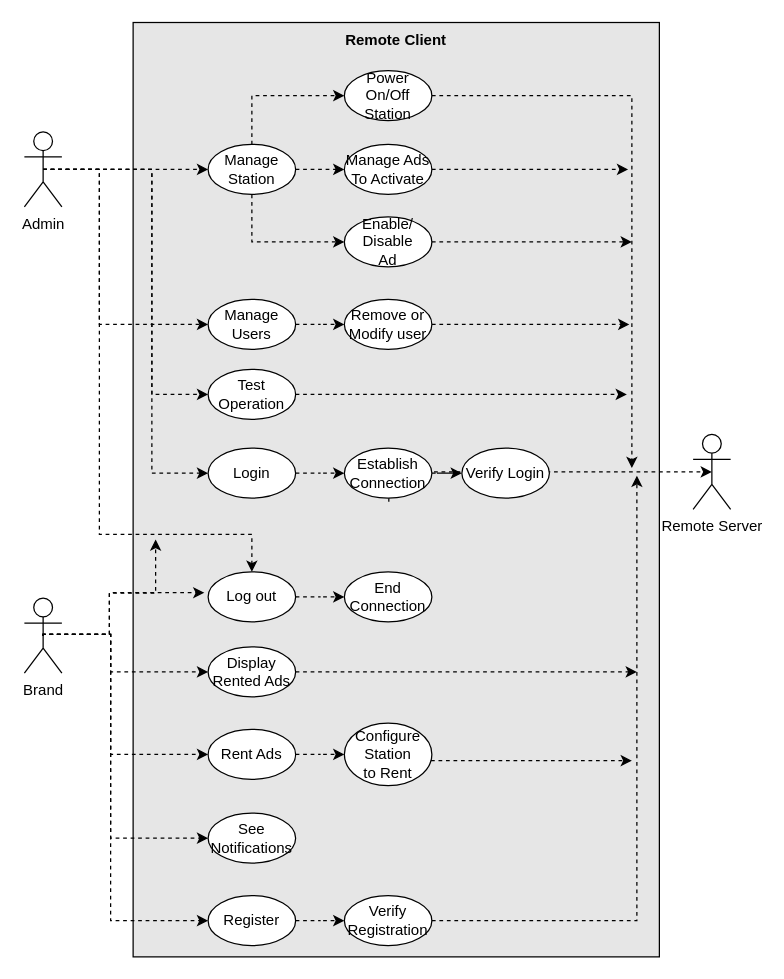
ElectroQuanta/MDO keeps this draw.io diagram as page "UseCases-rc" (3 of 5) of Proj/diags/MDO-Analysis.drawio. Above is the earlier version. Source tidied: cells renumbered, new cells numbered last; positions are measured from the earlier drawing's top-left corner, leaving out a move shared by most shapes. Both pictures are drawn from the tidied source at 125%, with x=0, y=0 at pixel (24, 21).
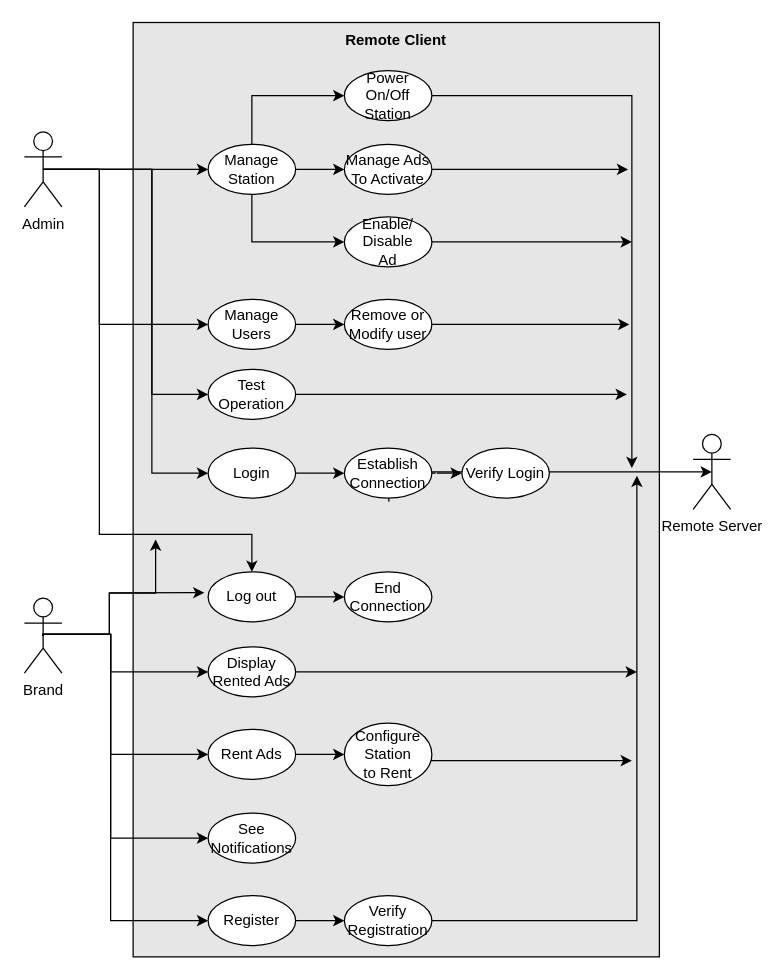
The same diagram, later.

Commit message (it also covers changes not shown here):
ADD: Use cases remote server

The change refers to these unchanged cells:
```xml
<mxCell id="3" value="End&lt;br&gt;Connection" style="ellipse;whiteSpace=wrap;html=1;fillColor=default;verticalAlign=middle;" parent="1" vertex="1">
  <mxGeometry x="256" y="440" width="70" height="40" as="geometry" />
</mxCell>
<mxCell id="9" value="Admin" style="shape=umlActor;verticalLabelPosition=bottom;verticalAlign=top;html=1;outlineConnect=0;fillColor=none;" parent="1" vertex="1">
  <mxGeometry y="88" width="30" height="60" as="geometry" />
</mxCell>
<mxCell id="12" value="Manage Station" style="ellipse;whiteSpace=wrap;html=1;fillColor=default;verticalAlign=middle;" parent="1" vertex="1">
  <mxGeometry x="147" y="98" width="70" height="40" as="geometry" />
</mxCell>
<mxCell id="14" value="Power On/Off Station" style="ellipse;whiteSpace=wrap;html=1;fillColor=default;verticalAlign=middle;" parent="1" vertex="1">
  <mxGeometry x="256" y="39" width="70" height="40" as="geometry" />
</mxCell>
<mxCell id="16" value="Manage Ads To Activate" style="ellipse;whiteSpace=wrap;html=1;fillColor=default;verticalAlign=middle;" parent="1" vertex="1">
  <mxGeometry x="256" y="98" width="70" height="40" as="geometry" />
</mxCell>
<mxCell id="18" value="Enable/&lt;br&gt;Disable&lt;br&gt;Ad" style="ellipse;whiteSpace=wrap;html=1;fillColor=default;verticalAlign=middle;" parent="1" vertex="1">
  <mxGeometry x="256" y="156" width="70" height="40" as="geometry" />
</mxCell>
<mxCell id="21" value="Log out" style="ellipse;whiteSpace=wrap;html=1;fillColor=default;verticalAlign=middle;" parent="1" vertex="1">
  <mxGeometry x="147" y="440" width="70" height="40" as="geometry" />
</mxCell>
<mxCell id="28" value="Brand" style="shape=umlActor;verticalLabelPosition=bottom;verticalAlign=top;html=1;outlineConnect=0;fillColor=none;" parent="1" vertex="1">
  <mxGeometry y="461" width="30" height="60" as="geometry" />
</mxCell>
<mxCell id="30" value="Rent Ads" style="ellipse;whiteSpace=wrap;html=1;fillColor=default;verticalAlign=middle;" parent="1" vertex="1">
  <mxGeometry x="147" y="566" width="70" height="40" as="geometry" />
</mxCell>
<mxCell id="31" value="Display Rented Ads" style="ellipse;whiteSpace=wrap;html=1;fillColor=default;verticalAlign=middle;" parent="1" vertex="1">
  <mxGeometry x="147" y="500" width="70" height="40" as="geometry" />
</mxCell>
<mxCell id="33" value="Configure Station&lt;br&gt;to Rent" style="ellipse;whiteSpace=wrap;html=1;fillColor=default;verticalAlign=middle;" parent="1" vertex="1">
  <mxGeometry x="256" y="561" width="70" height="50" as="geometry" />
</mxCell>
<mxCell id="34" value="See Notifications" style="ellipse;whiteSpace=wrap;html=1;fillColor=default;verticalAlign=middle;" parent="1" vertex="1">
  <mxGeometry x="147" y="633" width="70" height="40" as="geometry" />
</mxCell>
<mxCell id="36" value="Manage Users" style="ellipse;whiteSpace=wrap;html=1;fillColor=default;verticalAlign=middle;" parent="1" vertex="1">
  <mxGeometry x="147" y="222" width="70" height="40" as="geometry" />
</mxCell>
<mxCell id="38" value="Remove or Modify user" style="ellipse;whiteSpace=wrap;html=1;fillColor=default;verticalAlign=middle;" parent="1" vertex="1">
  <mxGeometry x="256" y="222" width="70" height="40" as="geometry" />
</mxCell>
<mxCell id="39" value="Remote Server" style="shape=umlActor;verticalLabelPosition=bottom;verticalAlign=top;html=1;outlineConnect=0;fillColor=none;" parent="1" vertex="1">
  <mxGeometry x="535" y="330" width="30" height="60" as="geometry" />
</mxCell>
<mxCell id="41" value="Login" style="ellipse;whiteSpace=wrap;html=1;fillColor=default;verticalAlign=middle;" parent="1" vertex="1">
  <mxGeometry x="147" y="341" width="70" height="40" as="geometry" />
</mxCell>
<mxCell id="44" value="Establish &lt;br&gt;Connection" style="ellipse;whiteSpace=wrap;html=1;fillColor=default;verticalAlign=middle;" parent="1" vertex="1">
  <mxGeometry x="256" y="341" width="70" height="40" as="geometry" />
</mxCell>
<mxCell id="47" value="Register" style="ellipse;whiteSpace=wrap;html=1;fillColor=default;verticalAlign=middle;" parent="1" vertex="1">
  <mxGeometry x="147" y="699" width="70" height="40" as="geometry" />
</mxCell>
<mxCell id="50" value="Verify Registration" style="ellipse;whiteSpace=wrap;html=1;fillColor=default;verticalAlign=middle;" parent="1" vertex="1">
  <mxGeometry x="256" y="699" width="70" height="40" as="geometry" />
</mxCell>
<mxCell id="51" value="Test Operation" style="ellipse;whiteSpace=wrap;html=1;fillColor=default;verticalAlign=middle;" parent="1" vertex="1">
  <mxGeometry x="147" y="278" width="70" height="40" as="geometry" />
</mxCell>
```

Diff of the diagram source:
```diff
@@
-    <mxCell id="4" style="edgeStyle=orthogonalEdgeStyle;rounded=0;jettySize=auto;html=1;exitX=0.5;exitY=0.5;exitDx=0;exitDy=0;exitPerimeter=0;dashed=1;entryX=0;entryY=0.5;entryDx=0;entryDy=0;" parent="1" edge="1" source="9" target="41">
+    <mxCell id="4" style="edgeStyle=orthogonalEdgeStyle;rounded=0;jettySize=auto;html=1;exitX=0.5;exitY=0.5;exitDx=0;exitDy=0;exitPerimeter=0;entryX=0;entryY=0.5;entryDx=0;entryDy=0;" parent="1" edge="1" source="9" target="41">
       <mxGeometry relative="1" as="geometry">
         <Array as="points">
           <mxPoint x="102" y="118" />
           <mxPoint x="102" y="361" />
         </Array>
       </mxGeometry>
     </mxCell>
-    <mxCell id="5" style="edgeStyle=orthogonalEdgeStyle;rounded=0;jettySize=auto;html=1;exitX=0.5;exitY=0.5;exitDx=0;exitDy=0;exitPerimeter=0;dashed=1;entryX=0;entryY=0.5;entryDx=0;entryDy=0;" parent="1" edge="1" source="9" target="12">
+    <mxCell id="5" style="edgeStyle=orthogonalEdgeStyle;rounded=0;jettySize=auto;html=1;exitX=0.5;exitY=0.5;exitDx=0;exitDy=0;exitPerimeter=0;entryX=0;entryY=0.5;entryDx=0;entryDy=0;" parent="1" edge="1" source="9" target="12">
       <mxGeometry relative="1" as="geometry">
         <Array as="points">
           <mxPoint x="127" y="118" />
         </Array>
       </mxGeometry>
     </mxCell>
-    <mxCell id="6" style="edgeStyle=orthogonalEdgeStyle;rounded=0;jettySize=auto;html=1;entryX=0;entryY=0.5;entryDx=0;entryDy=0;dashed=1;exitX=0.5;exitY=1;exitDx=0;exitDy=0;" parent="1" edge="1" source="12" target="18">
+    <mxCell id="6" style="edgeStyle=orthogonalEdgeStyle;rounded=0;jettySize=auto;html=1;entryX=0;entryY=0.5;entryDx=0;entryDy=0;exitX=0.5;exitY=1;exitDx=0;exitDy=0;" parent="1" edge="1" source="12" target="18">
       <mxGeometry relative="1" as="geometry">
         <Array as="points">
           <mxPoint x="182" y="176" />
         </Array>
       </mxGeometry>
     </mxCell>
-    <mxCell id="7" style="edgeStyle=orthogonalEdgeStyle;rounded=0;jettySize=auto;html=1;exitX=0.5;exitY=0.5;exitDx=0;exitDy=0;exitPerimeter=0;entryX=0;entryY=0.5;entryDx=0;entryDy=0;dashed=1;" parent="1" edge="1" source="9" target="36">
+    <mxCell id="7" style="edgeStyle=orthogonalEdgeStyle;rounded=0;jettySize=auto;html=1;exitX=0.5;exitY=0.5;exitDx=0;exitDy=0;exitPerimeter=0;entryX=0;entryY=0.5;entryDx=0;entryDy=0;" parent="1" edge="1" source="9" target="36">
       <mxGeometry relative="1" as="geometry">
         <Array as="points">
           <mxPoint x="60" y="118" />
           <mxPoint x="60" y="242" />
         </Array>
       </mxGeometry>
     </mxCell>
-    <mxCell id="8" style="edgeStyle=orthogonalEdgeStyle;rounded=0;jettySize=auto;html=1;exitX=0.5;exitY=0.5;exitDx=0;exitDy=0;exitPerimeter=0;dashed=1;entryX=0.5;entryY=0;entryDx=0;entryDy=0;" parent="1" edge="1" source="9" target="21">
+    <mxCell id="8" style="edgeStyle=orthogonalEdgeStyle;rounded=0;jettySize=auto;html=1;exitX=0.5;exitY=0.5;exitDx=0;exitDy=0;exitPerimeter=0;entryX=0.5;entryY=0;entryDx=0;entryDy=0;" parent="1" edge="1" source="9" target="21">
       <mxGeometry relative="1" as="geometry">
         <Array as="points">
           <mxPoint x="60" y="118" />
           <mxPoint x="60" y="410" />
           <mxPoint x="182" y="410" />
         </Array>
       </mxGeometry>
     </mxCell>
@@
-    <mxCell id="10" style="edgeStyle=orthogonalEdgeStyle;rounded=0;jettySize=auto;html=1;dashed=1;exitX=0.5;exitY=0;exitDx=0;exitDy=0;entryX=0;entryY=0.5;entryDx=0;entryDy=0;" parent="1" edge="1" source="12" target="14">
+    <mxCell id="10" style="edgeStyle=orthogonalEdgeStyle;rounded=0;jettySize=auto;html=1;exitX=0.5;exitY=0;exitDx=0;exitDy=0;entryX=0;entryY=0.5;entryDx=0;entryDy=0;" parent="1" edge="1" source="12" target="14">
       <mxGeometry relative="1" as="geometry">
         <Array as="points">
           <mxPoint x="182" y="59" />
         </Array>
       </mxGeometry>
     </mxCell>
-    <mxCell id="11" style="edgeStyle=orthogonalEdgeStyle;rounded=0;jettySize=auto;html=1;entryX=0;entryY=0.5;entryDx=0;entryDy=0;dashed=1;exitX=1;exitY=0.5;exitDx=0;exitDy=0;" parent="1" edge="1" source="12" target="16">
+    <mxCell id="11" style="edgeStyle=orthogonalEdgeStyle;rounded=0;jettySize=auto;html=1;entryX=0;entryY=0.5;entryDx=0;entryDy=0;exitX=1;exitY=0.5;exitDx=0;exitDy=0;" parent="1" edge="1" source="12" target="16">
       <mxGeometry relative="1" as="geometry" />
     </mxCell>
@@
-    <mxCell id="13" style="edgeStyle=orthogonalEdgeStyle;rounded=0;jettySize=auto;html=1;dashed=1;fontSize=9;" parent="1" edge="1" source="14">
+    <mxCell id="13" style="edgeStyle=orthogonalEdgeStyle;rounded=0;jettySize=auto;html=1;fontSize=9;" parent="1" edge="1" source="14">
       <mxGeometry relative="1" as="geometry">
         <mxPoint x="486" y="357" as="targetPoint" />
         <Array as="points">
           <mxPoint x="486" y="98" />
           <mxPoint x="486" y="373" />
         </Array>
       </mxGeometry>
     </mxCell>
@@
-    <mxCell id="15" style="edgeStyle=orthogonalEdgeStyle;rounded=0;jettySize=auto;html=1;dashed=1;" parent="1" edge="1" source="16">
+    <mxCell id="15" style="edgeStyle=orthogonalEdgeStyle;rounded=0;jettySize=auto;html=1;" parent="1" edge="1" source="16">
       <mxGeometry relative="1" as="geometry">
         <mxPoint x="483" y="118" as="targetPoint" />
         <Array as="points">
           <mxPoint x="483" y="118" />
         </Array>
       </mxGeometry>
     </mxCell>
@@
-    <mxCell id="17" style="edgeStyle=orthogonalEdgeStyle;rounded=0;jettySize=auto;html=1;dashed=1;fontSize=9;" parent="1" edge="1" source="18">
+    <mxCell id="17" style="edgeStyle=orthogonalEdgeStyle;rounded=0;jettySize=auto;html=1;fontSize=9;" parent="1" edge="1" source="18">
       <mxGeometry relative="1" as="geometry">
         <mxPoint x="486" y="176" as="targetPoint" />
         <Array as="points">
           <mxPoint x="473" y="176" />
           <mxPoint x="473" y="176" />
         </Array>
       </mxGeometry>
     </mxCell>
@@
-    <mxCell id="20" style="edgeStyle=orthogonalEdgeStyle;rounded=0;jettySize=auto;html=1;dashed=1;fontSize=9;" parent="1" edge="1" source="21" target="3">
+    <mxCell id="20" style="edgeStyle=orthogonalEdgeStyle;rounded=0;jettySize=auto;html=1;fontSize=9;" parent="1" edge="1" source="21" target="3">
       <mxGeometry relative="1" as="geometry" />
     </mxCell>
@@
-    <mxCell id="22" style="edgeStyle=orthogonalEdgeStyle;rounded=0;jettySize=auto;html=1;exitX=0.5;exitY=0.5;exitDx=0;exitDy=0;exitPerimeter=0;dashed=1;" parent="1" edge="1" source="28">
+    <mxCell id="22" style="edgeStyle=orthogonalEdgeStyle;rounded=0;jettySize=auto;html=1;exitX=0.5;exitY=0.5;exitDx=0;exitDy=0;exitPerimeter=0;" parent="1" edge="1" source="28">
       <mxGeometry relative="1" as="geometry">
         <mxPoint x="105" y="414" as="targetPoint" />
         <Array as="points">
           <mxPoint x="68" y="490" />
           <mxPoint x="68" y="457" />
           <mxPoint x="105" y="457" />
         </Array>
       </mxGeometry>
     </mxCell>
-    <mxCell id="23" style="edgeStyle=orthogonalEdgeStyle;rounded=0;jettySize=auto;html=1;exitX=0.5;exitY=0.5;exitDx=0;exitDy=0;exitPerimeter=0;entryX=0;entryY=0.5;entryDx=0;entryDy=0;dashed=1;" parent="1" edge="1" source="28" target="31">
+    <mxCell id="23" style="edgeStyle=orthogonalEdgeStyle;rounded=0;jettySize=auto;html=1;exitX=0.5;exitY=0.5;exitDx=0;exitDy=0;exitPerimeter=0;entryX=0;entryY=0.5;entryDx=0;entryDy=0;" parent="1" edge="1" source="28" target="31">
       <mxGeometry relative="1" as="geometry">
         <Array as="points">
           <mxPoint x="69" y="490" />
           <mxPoint x="69" y="520" />
         </Array>
       </mxGeometry>
     </mxCell>
-    <mxCell id="24" style="edgeStyle=orthogonalEdgeStyle;rounded=0;jettySize=auto;html=1;exitX=0.5;exitY=0.5;exitDx=0;exitDy=0;exitPerimeter=0;entryX=0;entryY=0.5;entryDx=0;entryDy=0;dashed=1;" parent="1" edge="1" source="28" target="30">
+    <mxCell id="24" style="edgeStyle=orthogonalEdgeStyle;rounded=0;jettySize=auto;html=1;exitX=0.5;exitY=0.5;exitDx=0;exitDy=0;exitPerimeter=0;entryX=0;entryY=0.5;entryDx=0;entryDy=0;" parent="1" edge="1" source="28" target="30">
       <mxGeometry relative="1" as="geometry">
         <Array as="points">
           <mxPoint x="69" y="490" />
           <mxPoint x="69" y="586" />
         </Array>
       </mxGeometry>
     </mxCell>
-    <mxCell id="25" style="edgeStyle=orthogonalEdgeStyle;rounded=0;jettySize=auto;html=1;exitX=0.5;exitY=0.5;exitDx=0;exitDy=0;exitPerimeter=0;entryX=0;entryY=0.5;entryDx=0;entryDy=0;dashed=1;" parent="1" edge="1" source="28" target="34">
+    <mxCell id="25" style="edgeStyle=orthogonalEdgeStyle;rounded=0;jettySize=auto;html=1;exitX=0.5;exitY=0.5;exitDx=0;exitDy=0;exitPerimeter=0;entryX=0;entryY=0.5;entryDx=0;entryDy=0;" parent="1" edge="1" source="28" target="34">
       <mxGeometry relative="1" as="geometry">
         <Array as="points">
           <mxPoint x="69" y="490" />
           <mxPoint x="69" y="653" />
         </Array>
       </mxGeometry>
     </mxCell>
-    <mxCell id="26" style="edgeStyle=orthogonalEdgeStyle;rounded=0;jettySize=auto;html=1;exitX=0.5;exitY=0.5;exitDx=0;exitDy=0;exitPerimeter=0;entryX=-0.043;entryY=0.417;entryDx=0;entryDy=0;dashed=1;entryPerimeter=0;" parent="1" edge="1" source="28" target="21">
+    <mxCell id="26" style="edgeStyle=orthogonalEdgeStyle;rounded=0;jettySize=auto;html=1;exitX=0.5;exitY=0.5;exitDx=0;exitDy=0;exitPerimeter=0;entryX=-0.043;entryY=0.417;entryDx=0;entryDy=0;entryPerimeter=0;" parent="1" edge="1" source="28" target="21">
       <mxGeometry relative="1" as="geometry">
         <Array as="points">
           <mxPoint x="68" y="490" />
           <mxPoint x="68" y="457" />
         </Array>
       </mxGeometry>
     </mxCell>
-    <mxCell id="27" style="edgeStyle=orthogonalEdgeStyle;rounded=0;jettySize=auto;html=1;exitX=0.5;exitY=0.5;exitDx=0;exitDy=0;exitPerimeter=0;entryX=0;entryY=0.5;entryDx=0;entryDy=0;dashed=1;" parent="1" edge="1" source="28" target="47">
+    <mxCell id="27" style="edgeStyle=orthogonalEdgeStyle;rounded=0;jettySize=auto;html=1;exitX=0.5;exitY=0.5;exitDx=0;exitDy=0;exitPerimeter=0;entryX=0;entryY=0.5;entryDx=0;entryDy=0;" parent="1" edge="1" source="28" target="47">
       <mxGeometry relative="1" as="geometry">
         <Array as="points">
           <mxPoint x="69" y="490" />
           <mxPoint x="69" y="719" />
         </Array>
       </mxGeometry>
     </mxCell>
@@
-    <mxCell id="29" style="edgeStyle=orthogonalEdgeStyle;rounded=0;jettySize=auto;html=1;dashed=1;" parent="1" edge="1" source="30" target="33">
+    <mxCell id="29" style="edgeStyle=orthogonalEdgeStyle;rounded=0;jettySize=auto;html=1;" parent="1" edge="1" source="30" target="33">
       <mxGeometry relative="1" as="geometry" />
     </mxCell>
@@
-    <mxCell id="32" style="edgeStyle=orthogonalEdgeStyle;rounded=0;jettySize=auto;html=1;dashed=1;" parent="1" edge="1" source="33">
+    <mxCell id="32" style="edgeStyle=orthogonalEdgeStyle;rounded=0;jettySize=auto;html=1;" parent="1" edge="1" source="33">
       <mxGeometry relative="1" as="geometry">
         <mxPoint x="486" y="591" as="targetPoint" />
         <Array as="points">
           <mxPoint x="455" y="591" />
           <mxPoint x="455" y="591" />
         </Array>
       </mxGeometry>
     </mxCell>
@@
-    <mxCell id="35" style="edgeStyle=orthogonalEdgeStyle;rounded=0;jettySize=auto;html=1;entryX=0;entryY=0.5;entryDx=0;entryDy=0;dashed=1;" parent="1" edge="1" source="36" target="38">
+    <mxCell id="35" style="edgeStyle=orthogonalEdgeStyle;rounded=0;jettySize=auto;html=1;entryX=0;entryY=0.5;entryDx=0;entryDy=0;" parent="1" edge="1" source="36" target="38">
       <mxGeometry relative="1" as="geometry" />
     </mxCell>
@@
-    <mxCell id="37" style="edgeStyle=orthogonalEdgeStyle;rounded=0;jettySize=auto;html=1;dashed=1;fontSize=9;" parent="1" edge="1" source="38">
+    <mxCell id="37" style="edgeStyle=orthogonalEdgeStyle;rounded=0;jettySize=auto;html=1;fontSize=9;" parent="1" edge="1" source="38">
       <mxGeometry relative="1" as="geometry">
         <mxPoint x="484" y="242" as="targetPoint" />
         <Array as="points">
           <mxPoint x="435" y="242" />
           <mxPoint x="435" y="242" />
         </Array>
       </mxGeometry>
     </mxCell>
@@
-    <mxCell id="40" style="edgeStyle=orthogonalEdgeStyle;rounded=0;jettySize=auto;html=1;exitX=1;exitY=0.5;exitDx=0;exitDy=0;dashed=1;" parent="1" edge="1" source="41" target="44">
+    <mxCell id="40" style="edgeStyle=orthogonalEdgeStyle;rounded=0;jettySize=auto;html=1;exitX=1;exitY=0.5;exitDx=0;exitDy=0;" parent="1" edge="1" source="41" target="44">
       <mxGeometry relative="1" as="geometry" />
     </mxCell>
@@
-    <mxCell id="43" style="edgeStyle=orthogonalEdgeStyle;rounded=0;jettySize=auto;html=1;dashed=1;fontSize=9;entryX=0.5;entryY=0.5;entryDx=0;entryDy=0;entryPerimeter=0;exitX=0.508;exitY=1.072;exitDx=0;exitDy=0;exitPerimeter=0;" parent="1" edge="1" source="44" target="39">
+    <mxCell id="43" style="edgeStyle=orthogonalEdgeStyle;rounded=0;jettySize=auto;html=1;fontSize=9;entryX=0.5;entryY=0.5;entryDx=0;entryDy=0;entryPerimeter=0;exitX=0.508;exitY=1.072;exitDx=0;exitDy=0;exitPerimeter=0;" parent="1" edge="1" source="44" target="39">
       <mxGeometry relative="1" as="geometry">
         <Array as="points">
           <mxPoint x="292" y="360" />
         </Array>
       </mxGeometry>
     </mxCell>
@@
-    <mxCell id="46" style="edgeStyle=orthogonalEdgeStyle;rounded=0;jettySize=auto;html=1;dashed=1;fontSize=9;" parent="1" edge="1" source="47" target="50">
+    <mxCell id="46" style="edgeStyle=orthogonalEdgeStyle;rounded=0;jettySize=auto;html=1;fontSize=9;" parent="1" edge="1" source="47" target="50">
       <mxGeometry relative="1" as="geometry" />
     </mxCell>
@@
-    <mxCell id="48" style="edgeStyle=orthogonalEdgeStyle;rounded=0;jettySize=auto;html=1;dashed=1;exitX=1;exitY=0.5;exitDx=0;exitDy=0;" parent="1" edge="1" source="50">
+    <mxCell id="48" style="edgeStyle=orthogonalEdgeStyle;rounded=0;jettySize=auto;html=1;exitX=1;exitY=0.5;exitDx=0;exitDy=0;" parent="1" edge="1" source="50">
       <mxGeometry relative="1" as="geometry">
         <mxPoint x="490" y="363" as="targetPoint" />
         <Array as="points">
           <mxPoint x="490" y="719" />
         </Array>
       </mxGeometry>
     </mxCell>
-    <mxCell id="49" style="edgeStyle=orthogonalEdgeStyle;rounded=0;jettySize=auto;html=1;dashed=1;exitX=1;exitY=0.5;exitDx=0;exitDy=0;" parent="1" edge="1" source="31">
+    <mxCell id="49" style="edgeStyle=orthogonalEdgeStyle;rounded=0;jettySize=auto;html=1;exitX=1;exitY=0.5;exitDx=0;exitDy=0;" parent="1" edge="1" source="31">
       <mxGeometry relative="1" as="geometry">
         <mxPoint x="490" y="520" as="targetPoint" />
       </mxGeometry>
     </mxCell>
@@
-    <mxCell id="52" style="edgeStyle=orthogonalEdgeStyle;rounded=0;jettySize=auto;html=1;exitX=0.5;exitY=0.5;exitDx=0;exitDy=0;exitPerimeter=0;dashed=1;entryX=0;entryY=0.5;entryDx=0;entryDy=0;" parent="1" edge="1" source="9" target="51">
+    <mxCell id="52" style="edgeStyle=orthogonalEdgeStyle;rounded=0;jettySize=auto;html=1;exitX=0.5;exitY=0.5;exitDx=0;exitDy=0;exitPerimeter=0;entryX=0;entryY=0.5;entryDx=0;entryDy=0;" parent="1" edge="1" source="9" target="51">
       <mxGeometry relative="1" as="geometry">
         <Array as="points">
           <mxPoint x="102" y="118" />
           <mxPoint x="102" y="298" />
         </Array>
       </mxGeometry>
     </mxCell>
-    <mxCell id="53" style="edgeStyle=orthogonalEdgeStyle;rounded=0;jettySize=auto;html=1;exitX=1;exitY=0.5;exitDx=0;exitDy=0;dashed=1;" parent="1" edge="1" source="51">
+    <mxCell id="53" style="edgeStyle=orthogonalEdgeStyle;rounded=0;jettySize=auto;html=1;exitX=1;exitY=0.5;exitDx=0;exitDy=0;" parent="1" edge="1" source="51">
       <mxGeometry relative="1" as="geometry">
         <mxPoint x="482" y="298" as="targetPoint" />
         <Array as="points">
           <mxPoint x="235" y="298" />
           <mxPoint x="235" y="298" />
         </Array>
       </mxGeometry>
     </mxCell>
```
